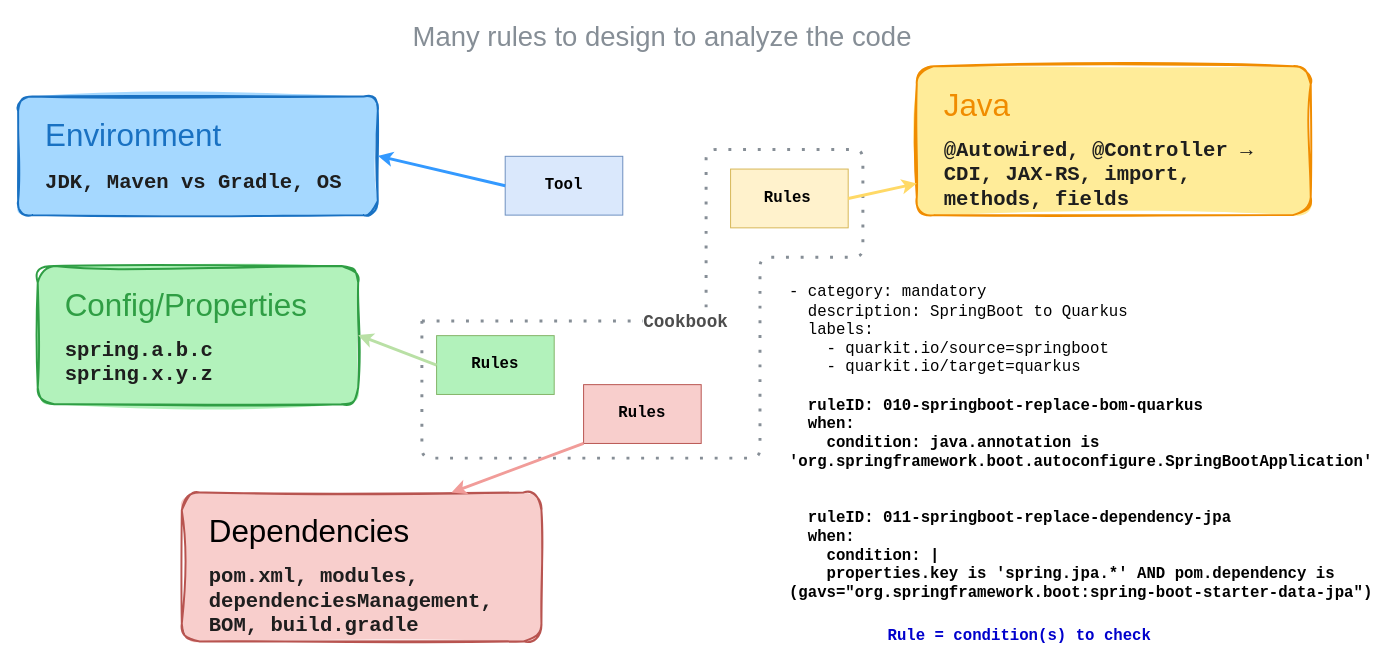
This is page "slide-04-rules-processing" (3 of 12) of slides/diagrams/quarkit-ai.drawio from snowdrop/quarkus-insights-269, a draw.io file, before an edit. Source tidied: cells renumbered, new cells numbered last; positions are measured from the earlier drawing's top-left corner, leaving out a move shared by most shapes. Both pictures are drawn from the tidied source at 98%, with x=0, y=0 at pixel (18, 17).
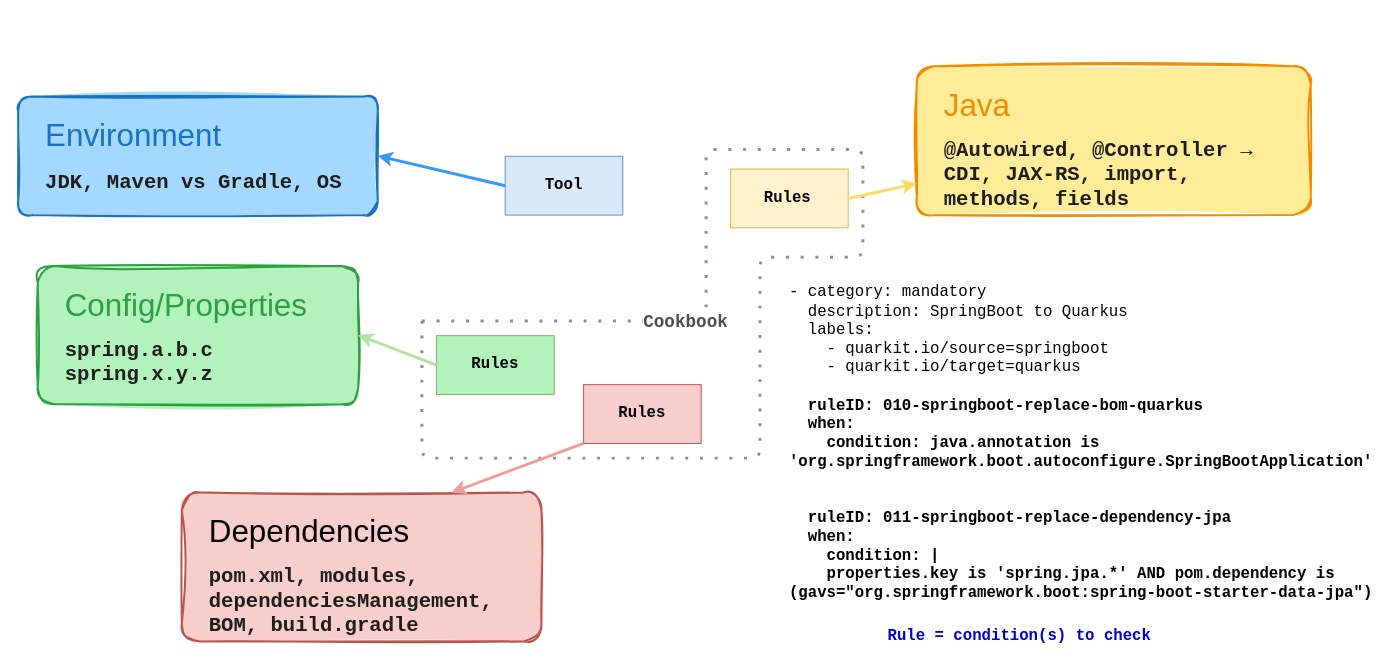
Above is the later version.

Change to the diagram source:
```diff
@@
-    <mxCell id="4" value="&lt;font style=&quot;font-size: 28px;&quot;&gt;Many rules to design to analyze the code&lt;/font&gt;" style="text;html=1;align=center;verticalAlign=middle;fontSize=24;fontColor=#868E96;fontFamily=Helvetica;" parent="1" vertex="1">
-      <mxGeometry x="357" width="600" height="40" as="geometry" />
-    </mxCell>
```
